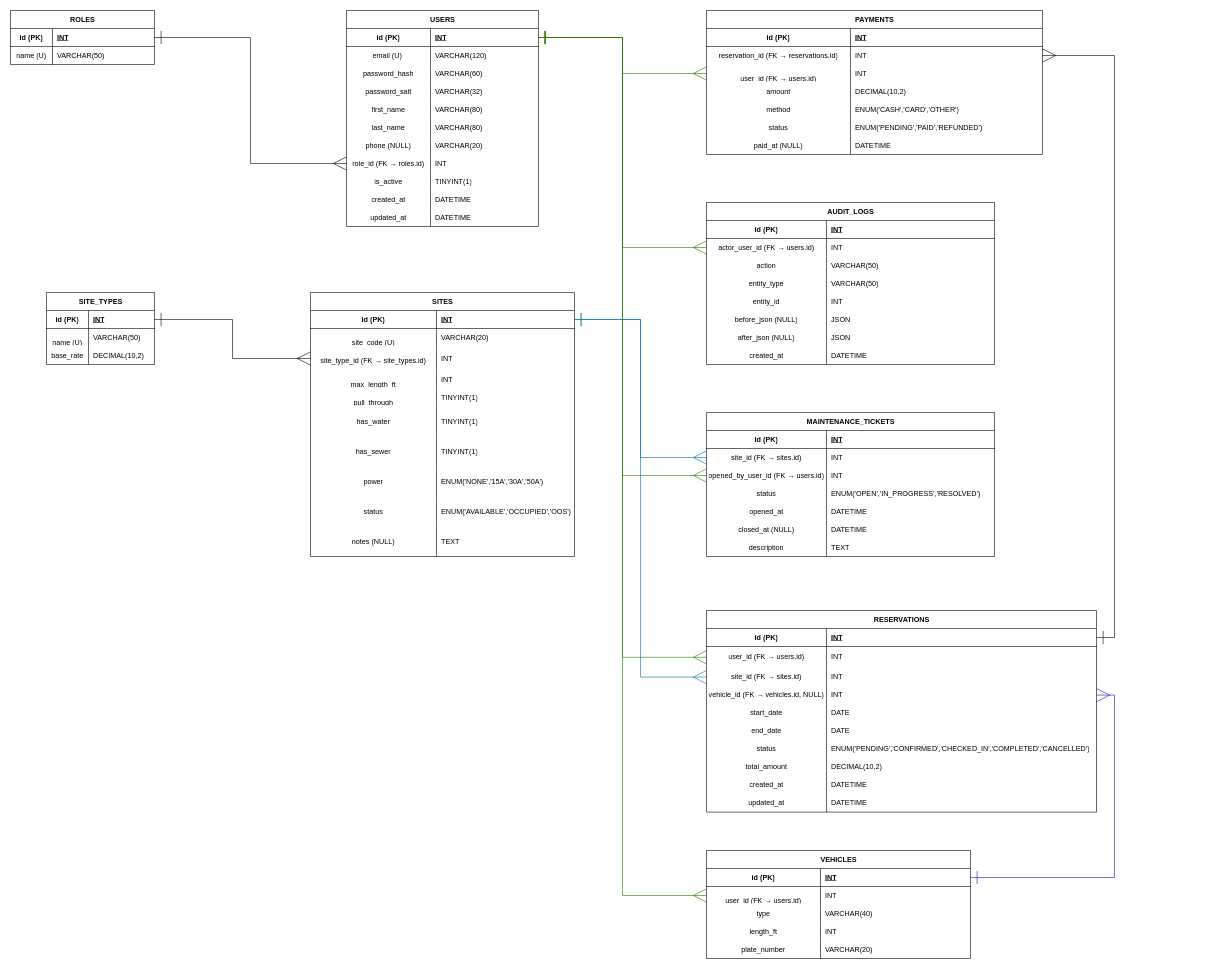
This is docs/REQUIREMENTS_DESIGN/diagrams/erd.drawio from JarrydWilliam/rv_park_TEAM_PROJECT, a draw.io file, before an edit. Source tidied: cells renumbered, new cells numbered last; positions are measured from the earlier drawing's top-left corner, leaving out a move shared by most shapes. Both pictures are drawn from the tidied source at 60%, with x=0, y=0 at pixel (10, 10).
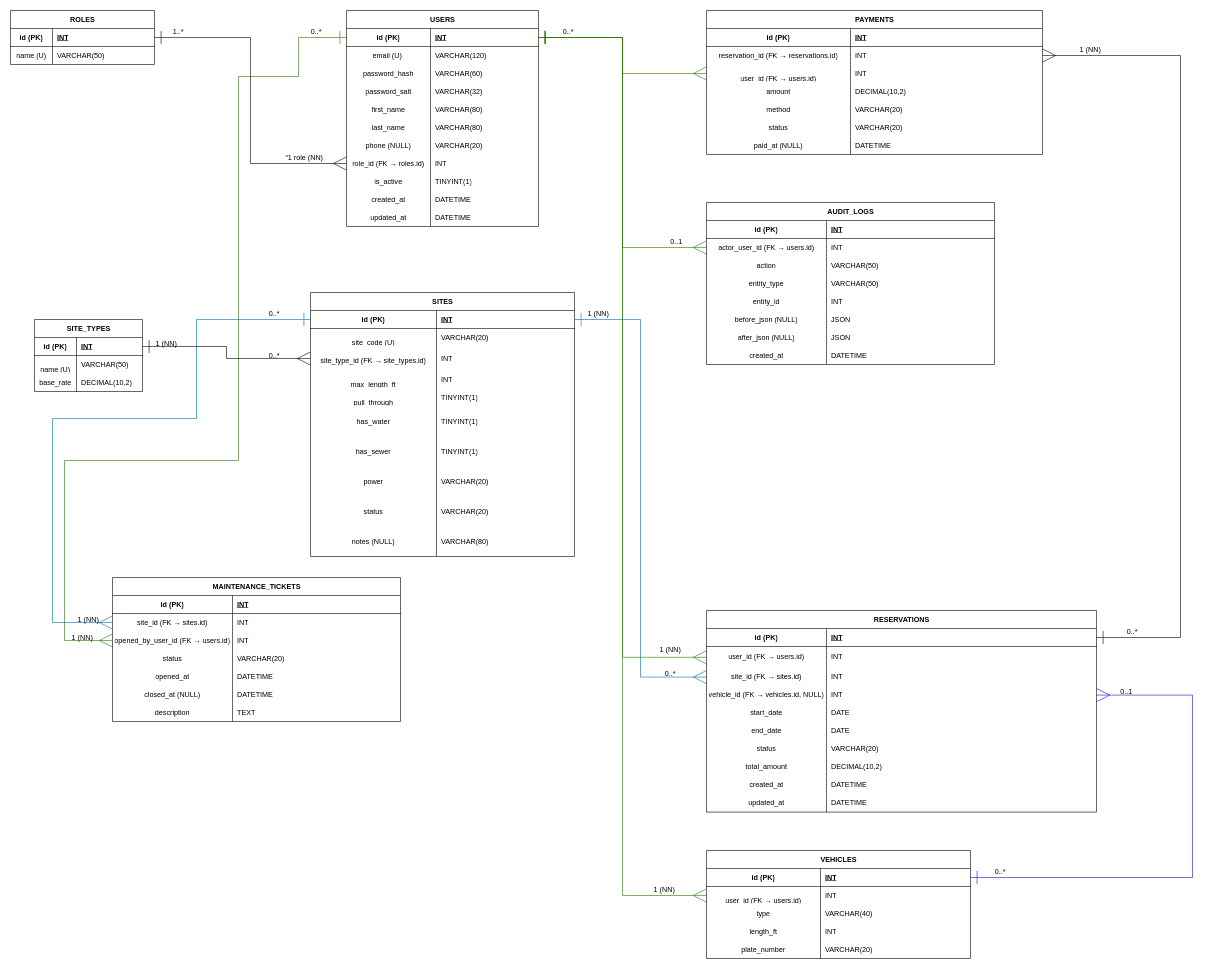
After the change.

Unchanged cells that the change refers to:
```xml
<mxCell id="6" style="shape=tableRow;horizontal=0;startSize=0;swimlaneHead=0;swimlaneBody=0;fillColor=none;points=[[0,0.5],[1,0.5]];portConstraint=eastwest;top=0;left=0;right=0;bottom=0;" parent="2" vertex="1">
  <mxGeometry y="60" width="480" height="30" as="geometry" />
</mxCell>
<mxCell id="9" style="shape=tableRow;horizontal=0;startSize=0;swimlaneHead=0;swimlaneBody=0;fillColor=none;points=[[0,0.5],[1,0.5]];portConstraint=eastwest;top=0;left=0;right=0;bottom=0;" parent="2" vertex="1">
  <mxGeometry y="90" width="480" height="30" as="geometry" />
</mxCell>
<mxCell id="12" style="shape=tableRow;horizontal=0;startSize=0;swimlaneHead=0;swimlaneBody=0;fillColor=none;top=0;left=0;right=0;bottom=0;" parent="2" vertex="1">
  <mxGeometry y="120" width="480" height="30" as="geometry" />
</mxCell>
<mxCell id="25" style="shape=tableRow;horizontal=0;startSize=0;swimlaneHead=0;swimlaneBody=0;fillColor=none;points=[[0,0.5],[1,0.5]];portConstraint=eastwest;top=0;left=0;right=0;bottom=1;" parent="24" vertex="1">
  <mxGeometry y="30" width="650" height="30" as="geometry" />
</mxCell>
<mxCell id="34" style="shape=tableRow;horizontal=0;startSize=0;swimlaneHead=0;swimlaneBody=0;fillColor=none;points=[[0,0.5],[1,0.5]];portConstraint=eastwest;top=0;left=0;right=0;bottom=0;" parent="24" vertex="1">
  <mxGeometry y="126" width="650" height="30" as="geometry" />
</mxCell>
<mxCell id="43" style="shape=tableRow;horizontal=0;startSize=0;swimlaneHead=0;swimlaneBody=0;fillColor=none;top=0;left=0;right=0;bottom=0;" parent="24" vertex="1">
  <mxGeometry y="216" width="650" height="30" as="geometry" />
</mxCell>
<mxCell id="56" style="shape=tableRow;horizontal=0;startSize=0;swimlaneHead=0;swimlaneBody=0;fillColor=none;points=[[0,0.5],[1,0.5]];portConstraint=eastwest;top=0;left=0;right=0;bottom=1;" parent="55" vertex="1">
  <mxGeometry y="30" width="440" height="30" as="geometry" />
</mxCell>
<mxCell id="77" style="shape=tableRow;horizontal=0;startSize=0;swimlaneHead=0;swimlaneBody=0;fillColor=none;top=0;left=0;right=0;bottom=0;" parent="55" vertex="1">
  <mxGeometry y="290" width="440" height="50" as="geometry" />
</mxCell>
<mxCell id="80" style="shape=tableRow;horizontal=0;startSize=0;swimlaneHead=0;swimlaneBody=0;fillColor=none;top=0;left=0;right=0;bottom=0;" parent="55" vertex="1">
  <mxGeometry y="340" width="440" height="50" as="geometry" />
</mxCell>
<mxCell id="83" style="shape=tableRow;horizontal=0;startSize=0;swimlaneHead=0;swimlaneBody=0;fillColor=none;top=0;left=0;right=0;bottom=0;" parent="55" vertex="1">
  <mxGeometry y="390" width="440" height="50" as="geometry" />
</mxCell>
<mxCell id="100" style="shape=tableRow;horizontal=0;startSize=0;swimlaneHead=0;swimlaneBody=0;fillColor=none;points=[[0,0.5],[1,0.5]];portConstraint=eastwest;top=0;left=0;right=0;bottom=0;" parent="96" vertex="1">
  <mxGeometry y="60" width="560" height="30" as="geometry" />
</mxCell>
<mxCell id="109" style="shape=tableRow;horizontal=0;startSize=0;swimlaneHead=0;swimlaneBody=0;fillColor=none;top=0;left=0;right=0;bottom=0;" parent="96" vertex="1">
  <mxGeometry y="150" width="560" height="30" as="geometry" />
</mxCell>
<mxCell id="112" style="shape=tableRow;horizontal=0;startSize=0;swimlaneHead=0;swimlaneBody=0;fillColor=none;top=0;left=0;right=0;bottom=0;" parent="96" vertex="1">
  <mxGeometry y="180" width="560" height="30" as="geometry" />
</mxCell>
<mxCell id="119" style="shape=tableRow;horizontal=0;startSize=0;swimlaneHead=0;swimlaneBody=0;fillColor=none;points=[[0,0.5],[1,0.5]];portConstraint=eastwest;top=0;left=0;right=0;bottom=1;" parent="118" vertex="1">
  <mxGeometry y="30" width="320" height="30" as="geometry" />
</mxCell>
<mxCell id="153" style="shape=tableRow;horizontal=0;startSize=0;swimlaneHead=0;swimlaneBody=0;fillColor=none;points=[[0,0.5],[1,0.5]];portConstraint=eastwest;top=0;left=0;right=0;bottom=1;" parent="152" vertex="1">
  <mxGeometry y="30" width="440" height="30" as="geometry" />
</mxCell>
```

Diff of the diagram source:
```diff
@@
     <mxCell id="2" value="MAINTENANCE_TICKETS" style="shape=table;startSize=30;childLayout=tableLayout;rowLines=0;fontStyle=1;align=center;html=1;" parent="1" vertex="1">
-      <mxGeometry x="1160" y="670" width="480" height="240" as="geometry" />
+      <mxGeometry x="170" y="945" width="480" height="240" as="geometry" />
     </mxCell>
@@
-    <mxCell id="14" value="ENUM('OPEN','IN_PROGRESS','RESOLVED')" style="shape=partialRectangle;fillColor=none;top=0;left=0;bottom=0;right=0;align=left;spacingLeft=6;overflow=hidden;whiteSpace=wrap;html=1;" parent="12" vertex="1">
+    <mxCell id="14" value="VARCHAR(20)" style="shape=partialRectangle;fillColor=none;top=0;left=0;bottom=0;right=0;align=left;spacingLeft=6;overflow=hidden;whiteSpace=wrap;html=1;" parent="12" vertex="1">
       <mxGeometry x="200" width="280" height="30" as="geometry" />
     </mxCell>
@@
-    <mxCell id="45" value="ENUM('PENDING','CONFIRMED','CHECKED_IN','COMPLETED','CANCELLED')" style="shape=partialRectangle;fillColor=none;top=0;left=0;bottom=0;right=0;align=left;spacingLeft=6;overflow=hidden;whiteSpace=wrap;html=1;" parent="43" vertex="1">
+    <mxCell id="45" value="VARCHAR(20)" style="shape=partialRectangle;fillColor=none;top=0;left=0;bottom=0;right=0;align=left;spacingLeft=6;overflow=hidden;whiteSpace=wrap;html=1;" parent="43" vertex="1">
       <mxGeometry x="200" width="450" height="30" as="geometry" />
     </mxCell>
@@
-    <mxCell id="79" value="ENUM('NONE','15A','30A','50A')" style="shape=partialRectangle;fillColor=none;top=0;left=0;bottom=0;right=0;align=left;spacingLeft=6;overflow=hidden;whiteSpace=wrap;html=1;" parent="77" vertex="1">
+    <mxCell id="79" value="VARCHAR(20)" style="shape=partialRectangle;fillColor=none;top=0;left=0;bottom=0;right=0;align=left;spacingLeft=6;overflow=hidden;whiteSpace=wrap;html=1;" parent="77" vertex="1">
       <mxGeometry x="210" width="230" height="50" as="geometry" />
     </mxCell>
@@
-    <mxCell id="82" value="ENUM('AVAILABLE','OCCUPIED','OOS')" style="shape=partialRectangle;fillColor=none;top=0;left=0;bottom=0;right=0;align=left;spacingLeft=6;overflow=hidden;whiteSpace=wrap;html=1;" parent="80" vertex="1">
+    <mxCell id="82" value="VARCHAR(20)" style="shape=partialRectangle;fillColor=none;top=0;left=0;bottom=0;right=0;align=left;spacingLeft=6;overflow=hidden;whiteSpace=wrap;html=1;" parent="80" vertex="1">
       <mxGeometry x="210" width="230" height="50" as="geometry" />
     </mxCell>
@@
-    <mxCell id="85" value="TEXT" style="shape=partialRectangle;fillColor=none;top=0;left=0;bottom=0;right=0;align=left;spacingLeft=6;overflow=hidden;whiteSpace=wrap;html=1;" parent="83" vertex="1">
+    <mxCell id="85" value="VARCHAR(80)" style="shape=partialRectangle;fillColor=none;top=0;left=0;bottom=0;right=0;align=left;spacingLeft=6;overflow=hidden;whiteSpace=wrap;html=1;" parent="83" vertex="1">
       <mxGeometry x="210" width="230" height="50" as="geometry" />
     </mxCell>
     <mxCell id="86" value="SITE_TYPES" style="shape=table;startSize=30;childLayout=tableLayout;rowLines=0;fontStyle=1;align=center;html=1;" parent="1" vertex="1">
-      <mxGeometry x="60" y="470" width="180" height="120" as="geometry" />
+      <mxGeometry x="40" y="515" width="180" height="120" as="geometry" />
     </mxCell>
@@
-    <mxCell id="111" value="ENUM('CASH','CARD','OTHER')" style="shape=partialRectangle;fillColor=none;top=0;left=0;bottom=0;right=0;align=left;spacingLeft=6;overflow=hidden;whiteSpace=wrap;html=1;" parent="109" vertex="1">
+    <mxCell id="111" value="VARCHAR(20)" style="shape=partialRectangle;fillColor=none;top=0;left=0;bottom=0;right=0;align=left;spacingLeft=6;overflow=hidden;whiteSpace=wrap;html=1;" parent="109" vertex="1">
       <mxGeometry x="240" width="320" height="30" as="geometry" />
     </mxCell>
@@
-    <mxCell id="114" value="ENUM('PENDING','PAID','REFUNDED')" style="shape=partialRectangle;fillColor=none;top=0;left=0;bottom=0;right=0;align=left;spacingLeft=6;overflow=hidden;whiteSpace=wrap;html=1;" parent="112" vertex="1">
+    <mxCell id="114" value="VARCHAR(20)" style="shape=partialRectangle;fillColor=none;top=0;left=0;bottom=0;right=0;align=left;spacingLeft=6;overflow=hidden;whiteSpace=wrap;html=1;" parent="112" vertex="1">
       <mxGeometry x="240" width="320" height="30" as="geometry" />
     </mxCell>
@@
-    <mxCell id="203" style="edgeStyle=orthogonalEdgeStyle;rounded=0;jettySize=auto;html=1;entryX=0;entryY=0.5;entryDx=0;entryDy=0;startArrow=ERone;startFill=0;endArrow=ERmany;endFill=0;startSize=20;endSize=20;exitX=1;exitY=0.5;exitDx=0;exitDy=0;fillColor=#60a917;strokeColor=#2D7600;" parent="1" edge="1" source="119" target="9">
-      <mxGeometry relative="1" as="geometry" />
+    <mxCell id="203" style="edgeStyle=orthogonalEdgeStyle;rounded=0;jettySize=auto;html=1;entryX=0;entryY=0.5;entryDx=0;entryDy=0;startArrow=ERone;startFill=0;endArrow=ERmany;endFill=0;startSize=20;endSize=20;exitX=0;exitY=0.5;exitDx=0;exitDy=0;fillColor=#60a917;strokeColor=#2D7600;" parent="1" edge="1" source="119" target="9">
+      <mxGeometry relative="1" as="geometry">
+        <Array as="points">
+          <mxPoint x="480" y="45" />
+          <mxPoint x="480" y="110" />
+          <mxPoint x="380" y="110" />
+          <mxPoint x="380" y="750" />
+          <mxPoint x="90" y="750" />
+          <mxPoint x="90" y="1050" />
+        </Array>
+      </mxGeometry>
     </mxCell>
@@
     <mxCell id="206" style="edgeStyle=orthogonalEdgeStyle;rounded=0;jettySize=auto;html=1;entryX=1;entryY=0.5;entryDx=0;entryDy=0;startArrow=ERone;startFill=0;endArrow=ERmany;endFill=0;startSize=20;endSize=20;exitX=1;exitY=0.5;exitDx=0;exitDy=0;" parent="1" edge="1" source="25" target="100">
-      <mxGeometry relative="1" as="geometry" />
+      <mxGeometry relative="1" as="geometry">
+        <Array as="points">
+          <mxPoint x="1950" y="1045" />
+          <mxPoint x="1950" y="75" />
+        </Array>
+      </mxGeometry>
     </mxCell>
-    <mxCell id="207" style="edgeStyle=orthogonalEdgeStyle;rounded=0;jettySize=auto;html=1;entryX=0;entryY=0.5;entryDx=0;entryDy=0;startArrow=ERone;startFill=0;endArrow=ERmany;endFill=0;startSize=20;endSize=20;exitX=1;exitY=0.5;exitDx=0;exitDy=0;fillColor=#1ba1e2;strokeColor=#006EAF;" parent="1" edge="1" source="56" target="6">
-      <mxGeometry relative="1" as="geometry" />
+    <mxCell id="207" style="edgeStyle=orthogonalEdgeStyle;rounded=0;jettySize=auto;html=1;entryX=0;entryY=0.5;entryDx=0;entryDy=0;startArrow=ERone;startFill=0;endArrow=ERmany;endFill=0;startSize=20;endSize=20;exitX=0;exitY=0.5;exitDx=0;exitDy=0;fillColor=#1ba1e2;strokeColor=#006EAF;" parent="1" edge="1" source="56" target="6">
+      <mxGeometry relative="1" as="geometry">
+        <Array as="points">
+          <mxPoint x="310" y="515" />
+          <mxPoint x="310" y="680" />
+          <mxPoint x="70" y="680" />
+          <mxPoint x="70" y="1020" />
+        </Array>
+      </mxGeometry>
     </mxCell>
@@
     <mxCell id="209" style="edgeStyle=orthogonalEdgeStyle;rounded=0;jettySize=auto;html=1;entryX=1;entryY=0.5;entryDx=0;entryDy=0;startArrow=ERone;startFill=0;endArrow=ERmany;endFill=0;startSize=20;endSize=20;exitX=1;exitY=0.5;exitDx=0;exitDy=0;fillColor=#6a00ff;strokeColor=#3700CC;" parent="1" edge="1" source="153" target="34">
-      <mxGeometry relative="1" as="geometry" />
+      <mxGeometry relative="1" as="geometry">
+        <Array as="points">
+          <mxPoint x="1970" y="1445" />
+          <mxPoint x="1970" y="1141" />
+        </Array>
+      </mxGeometry>
     </mxCell>
@@
+    <mxCell id="211" value="1..*" style="text;html=1;align=center;verticalAlign=middle;whiteSpace=wrap;rounded=0;" parent="1" vertex="1">
+      <mxGeometry x="250" y="20" width="60" height="30" as="geometry" />
+    </mxCell>
+    <mxCell id="212" value="“1 role (NN)" style="text;html=1;align=center;verticalAlign=middle;whiteSpace=wrap;rounded=0;" parent="1" vertex="1">
+      <mxGeometry x="450" y="230" width="80" height="30" as="geometry" />
+    </mxCell>
+    <mxCell id="213" value="0..*" style="text;html=1;align=center;verticalAlign=middle;whiteSpace=wrap;rounded=0;" parent="1" vertex="1">
+      <mxGeometry x="900" y="20" width="60" height="30" as="geometry" />
+    </mxCell>
+    <mxCell id="214" value="1 (NN)" style="text;html=1;align=center;verticalAlign=middle;whiteSpace=wrap;rounded=0;" parent="1" vertex="1">
+      <mxGeometry x="1060" y="1450" width="60" height="30" as="geometry" />
+    </mxCell>
+    <mxCell id="215" value="1 (NN)" style="text;html=1;align=center;verticalAlign=middle;whiteSpace=wrap;rounded=0;" parent="1" vertex="1">
+      <mxGeometry x="1070" y="1050" width="60" height="30" as="geometry" />
+    </mxCell>
+    <mxCell id="216" value="1 (NN)" style="text;html=1;align=center;verticalAlign=middle;whiteSpace=wrap;rounded=0;" parent="1" vertex="1">
+      <mxGeometry x="950" y="490" width="60" height="30" as="geometry" />
+    </mxCell>
+    <mxCell id="217" value="0..*" style="text;html=1;align=center;verticalAlign=middle;whiteSpace=wrap;rounded=0;" parent="1" vertex="1">
+      <mxGeometry x="1070" y="1090" width="60" height="30" as="geometry" />
+    </mxCell>
+    <mxCell id="218" value="0..*" style="text;html=1;align=center;verticalAlign=middle;whiteSpace=wrap;rounded=0;" parent="1" vertex="1">
+      <mxGeometry x="1840" y="1020" width="60" height="30" as="geometry" />
+    </mxCell>
+    <mxCell id="219" value="1 (NN)" style="text;html=1;align=center;verticalAlign=middle;whiteSpace=wrap;rounded=0;" parent="1" vertex="1">
+      <mxGeometry x="1770" y="50" width="60" height="30" as="geometry" />
+    </mxCell>
+    <mxCell id="220" value="0..1" style="text;html=1;align=center;verticalAlign=middle;whiteSpace=wrap;rounded=0;" parent="1" vertex="1">
+      <mxGeometry x="1830" y="1120" width="60" height="30" as="geometry" />
+    </mxCell>
+    <mxCell id="221" value="0..*" style="text;html=1;align=center;verticalAlign=middle;whiteSpace=wrap;rounded=0;" parent="1" vertex="1">
+      <mxGeometry x="1620" y="1420" width="60" height="30" as="geometry" />
+    </mxCell>
+    <mxCell id="222" value="1 (NN)" style="text;html=1;align=center;verticalAlign=middle;whiteSpace=wrap;rounded=0;" parent="1" vertex="1">
+      <mxGeometry x="230" y="540" width="60" height="30" as="geometry" />
+    </mxCell>
+    <mxCell id="223" value="0..*" style="text;html=1;align=center;verticalAlign=middle;whiteSpace=wrap;rounded=0;" parent="1" vertex="1">
+      <mxGeometry x="410" y="560" width="60" height="30" as="geometry" />
+    </mxCell>
+    <mxCell id="224" value="0..*" style="text;html=1;align=center;verticalAlign=middle;whiteSpace=wrap;rounded=0;" parent="1" vertex="1">
+      <mxGeometry x="410" y="490" width="60" height="30" as="geometry" />
+    </mxCell>
+    <mxCell id="225" value="1 (NN)" style="text;html=1;align=center;verticalAlign=middle;whiteSpace=wrap;rounded=0;" parent="1" vertex="1">
+      <mxGeometry x="100" y="1000" width="60" height="30" as="geometry" />
+    </mxCell>
+    <mxCell id="226" value="0..*" style="text;html=1;align=center;verticalAlign=middle;whiteSpace=wrap;rounded=0;" parent="1" vertex="1">
+      <mxGeometry x="480" y="20" width="60" height="30" as="geometry" />
+    </mxCell>
+    <mxCell id="227" value="1 (NN)" style="text;html=1;align=center;verticalAlign=middle;whiteSpace=wrap;rounded=0;" parent="1" vertex="1">
+      <mxGeometry x="90" y="1030" width="60" height="30" as="geometry" />
+    </mxCell>
+    <mxCell id="228" value="0..1" style="text;html=1;align=center;verticalAlign=middle;whiteSpace=wrap;rounded=0;" parent="1" vertex="1">
+      <mxGeometry x="1080" y="370" width="60" height="30" as="geometry" />
+    </mxCell>
```
